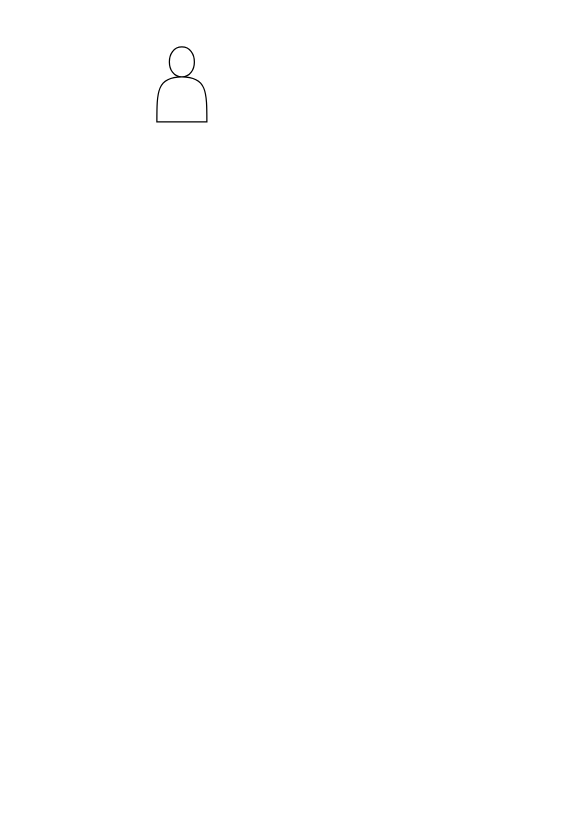
Before: draw.io/AI流程图.drawio in KeatonLi/pictures, a draw.io diagram. Source tidied: cells renumbered, new cells numbered last; positions are measured from the earlier drawing's top-left corner, leaving out a move shared by most shapes. Both pictures are drawn from the tidied source at 125%, with x=0, y=0 at pixel (156, 46).
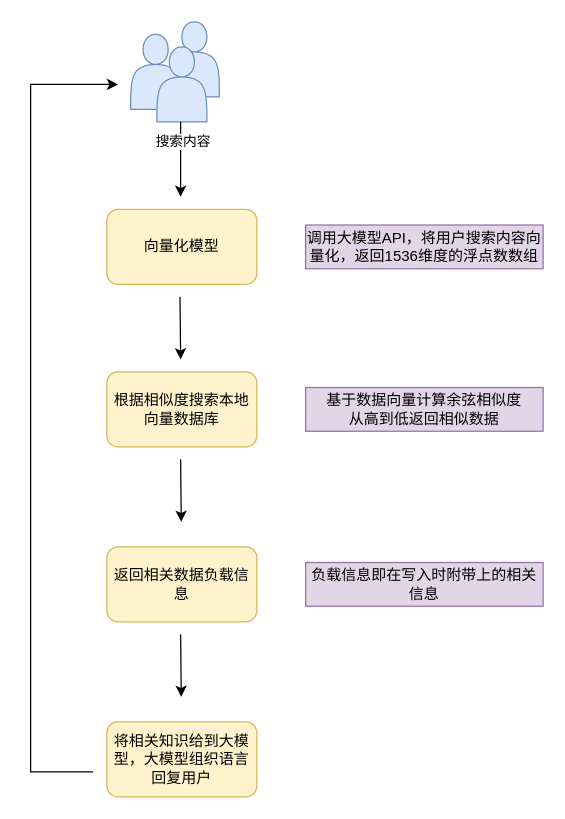
After the change.

Commit message (it also covers changes not shown here):
更新AI流程图.drawio

The edit, as a diff of the source:
```diff
@@
+    <mxCell id="3" style="shape=actor;whiteSpace=wrap;html=1;fillColor=#dae8fc;strokeColor=#6c8ebf;" parent="1" vertex="1">
+      <mxGeometry x="10" y="-20" width="40" height="60" as="geometry" />
+    </mxCell>
+    <mxCell id="4" style="shape=actor;whiteSpace=wrap;html=1;fillColor=#dae8fc;strokeColor=#6c8ebf;" parent="1" vertex="1">
+      <mxGeometry x="-21" y="-10" width="40" height="60" as="geometry" />
+    </mxCell>
-    <mxCell id="2" style="shape=actor;whiteSpace=wrap;html=1;" parent="1" vertex="1">
+    <mxCell id="2" style="shape=actor;whiteSpace=wrap;html=1;fillColor=#dae8fc;strokeColor=#6c8ebf;" parent="1" vertex="1">
       <mxGeometry width="40" height="60" as="geometry" />
     </mxCell>
+    <mxCell id="5" style="endArrow=classic;html=1;rounded=0;" parent="1" edge="1">
+      <mxGeometry relative="1" as="geometry">
+        <mxPoint x="19" y="60" as="sourcePoint" />
+        <mxPoint x="19" y="120" as="targetPoint" />
+      </mxGeometry>
+    </mxCell>
+    <mxCell id="6" value="搜索内容" style="edgeLabel;html=1;align=center;verticalAlign=middle;" parent="5" vertex="1">
+      <mxGeometry x="-0.5" y="1" relative="1" as="geometry" />
+    </mxCell>
+    <mxCell id="7" value="向量化模型" style="rounded=1;whiteSpace=wrap;html=1;fillColor=#fff2cc;strokeColor=#d6b656;" parent="1" vertex="1">
+      <mxGeometry x="-40" y="130" width="120" height="60" as="geometry" />
+    </mxCell>
+    <mxCell id="8" value="调用大模型API，将用户搜索内容向量化，返回1536维度的浮点数数组" style="rounded=0;whiteSpace=wrap;html=1;fillColor=#e1d5e7;strokeColor=#9673a6;" parent="1" vertex="1">
+      <mxGeometry x="119" y="142.5" width="190" height="35" as="geometry" />
+    </mxCell>
+    <mxCell id="9" style="endArrow=classic;html=1;rounded=0;" parent="1" edge="1">
+      <mxGeometry relative="1" as="geometry">
+        <mxPoint x="18.5" y="200" as="sourcePoint" />
+        <mxPoint x="19" y="250" as="targetPoint" />
+      </mxGeometry>
+    </mxCell>
+    <mxCell id="10" value="根据相似度搜索本地向量数据库" style="rounded=1;whiteSpace=wrap;html=1;fillColor=#fff2cc;strokeColor=#d6b656;" parent="1" vertex="1">
+      <mxGeometry x="-40" y="260" width="120" height="60" as="geometry" />
+    </mxCell>
+    <mxCell id="11" value="基于数据向量计算余弦相似度&lt;div&gt;从高到低返回相似数据&lt;/div&gt;" style="rounded=0;whiteSpace=wrap;html=1;fillColor=#e1d5e7;strokeColor=#9673a6;" parent="1" vertex="1">
+      <mxGeometry x="119" y="272.5" width="190" height="35" as="geometry" />
+    </mxCell>
+    <mxCell id="12" style="endArrow=classic;html=1;rounded=0;" parent="1" edge="1">
+      <mxGeometry relative="1" as="geometry">
+        <mxPoint x="19" y="330" as="sourcePoint" />
+        <mxPoint x="19.5" y="380" as="targetPoint" />
+      </mxGeometry>
+    </mxCell>
+    <mxCell id="13" value="返回相关数据负载信息" style="rounded=1;whiteSpace=wrap;html=1;fillColor=#fff2cc;strokeColor=#d6b656;" parent="1" vertex="1">
+      <mxGeometry x="-40" y="400" width="120" height="60" as="geometry" />
+    </mxCell>
+    <mxCell id="14" value="负载信息即在写入时附带上的相关信息" style="rounded=0;whiteSpace=wrap;html=1;fillColor=#e1d5e7;strokeColor=#9673a6;" parent="1" vertex="1">
+      <mxGeometry x="119" y="412.5" width="190" height="35" as="geometry" />
+    </mxCell>
+    <mxCell id="15" style="endArrow=classic;html=1;rounded=0;" parent="1" edge="1">
+      <mxGeometry relative="1" as="geometry">
+        <mxPoint x="19" y="470" as="sourcePoint" />
+        <mxPoint x="19.5" y="520" as="targetPoint" />
+      </mxGeometry>
+    </mxCell>
+    <mxCell id="16" value="将相关知识给到大模型，大模型组织语言回复用户" style="rounded=1;whiteSpace=wrap;html=1;fillColor=#fff2cc;strokeColor=#d6b656;" parent="1" vertex="1">
+      <mxGeometry x="-40" y="540" width="120" height="60" as="geometry" />
+    </mxCell>
+    <mxCell id="17" style="endArrow=classic;html=1;rounded=0;" parent="1" edge="1">
+      <mxGeometry relative="1" as="geometry">
+        <mxPoint x="-51" y="580" as="sourcePoint" />
+        <mxPoint x="-31" y="30" as="targetPoint" />
+        <Array as="points">
+          <mxPoint x="-101" y="580" />
+          <mxPoint x="-101" y="300" />
+          <mxPoint x="-101" y="110" />
+          <mxPoint x="-101" y="30" />
+        </Array>
+      </mxGeometry>
+    </mxCell>
```
